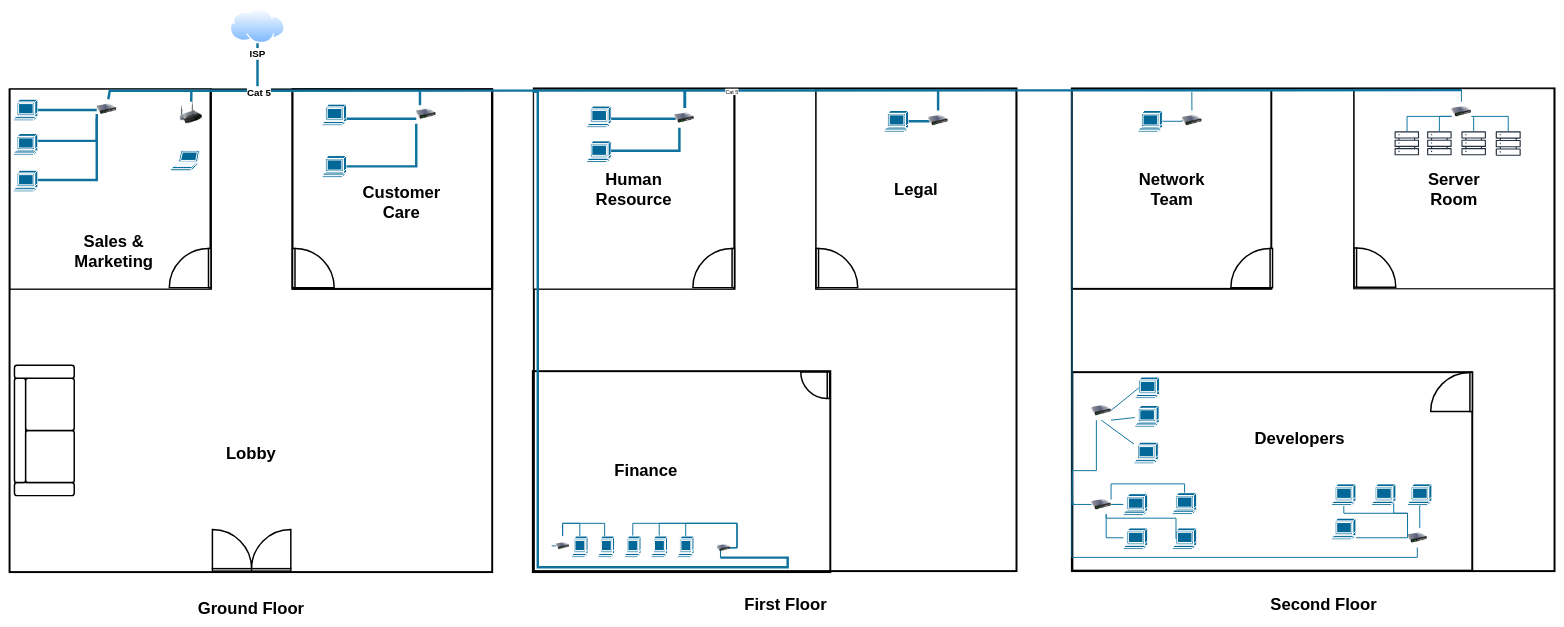
Before: floorplan.drawio in mashihimasha/UPW_Diagrams, a draw.io diagram. Source tidied: cells renumbered, new cells numbered last; positions are measured from the earlier drawing's top-left corner, leaving out a move shared by most shapes. Both pictures are drawn from the tidied source at 49%, with x=0, y=0 at pixel (-21, 8).
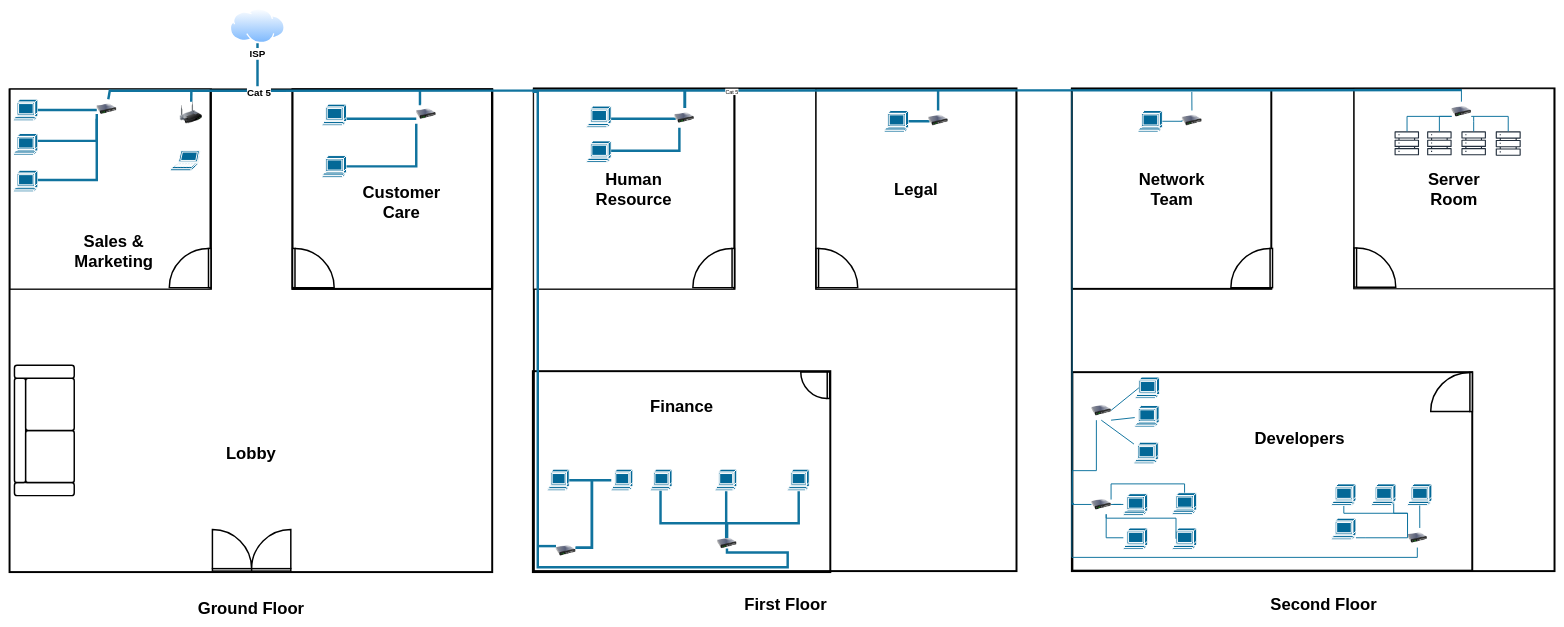
The same diagram, later.

Unchanged cells that the change refers to:
```xml
<mxCell id="43" style="whiteSpace=wrap;html=1;" parent="42" vertex="1">
  <mxGeometry width="407" height="407" as="geometry" />
</mxCell>
<mxCell id="52" style="group;rotation=90;strokeWidth=4;strokeColor=default;" parent="1" vertex="1">
  <mxGeometry x="1228.5" y="641.5" width="410" height="607" as="geometry" />
</mxCell>
```

Change to the diagram source:
```diff
@@
     <mxCell id="54" value="&lt;font style=&quot;font-size: 34px;&quot;&gt;&lt;b&gt;Finance&lt;/b&gt;&lt;/font&gt;" style="text;html=1;align=center;verticalAlign=middle;whiteSpace=wrap;rounded=0;" parent="52" vertex="1">
-      <mxGeometry x="88.5" y="286.6" width="87.8" height="30" as="geometry" />
+      <mxGeometry x="161.1" y="155.9" width="87.8" height="30" as="geometry" />
     </mxCell>
     <mxCell id="55" style="shape=mxgraph.cisco.computers_and_peripherals.terminal;html=1;dashed=0;fillColor=#036897;strokeColor=#ffffff;strokeWidth=2;verticalLabelPosition=bottom;verticalAlign=top;align=center;outlineConnect=0;" parent="52" vertex="1">
-      <mxGeometry x="196.6" y="435" width="33.6" height="44" as="geometry" />
+      <mxGeometry x="141.5" y="298.5" width="44" height="44" as="geometry" />
     </mxCell>
-    <mxCell id="56" style="edgeStyle=orthogonalEdgeStyle;rounded=0;jettySize=auto;html=1;exitX=0.25;exitY=1;exitDx=0;exitDy=0;fillColor=#b1ddf0;strokeColor=#10739e;strokeWidth=2;endArrow=none;endFill=0;" parent="52" edge="1" source="59" target="55">
+    <mxCell id="56" style="edgeStyle=orthogonalEdgeStyle;rounded=0;jettySize=auto;html=1;fillColor=#b1ddf0;strokeColor=#10739e;strokeWidth=5;endArrow=none;endFill=0;" parent="52" edge="1" source="59" target="55">
       <mxGeometry relative="1" as="geometry">
         <Array as="points">
-          <mxPoint x="284.4" y="459" />
-          <mxPoint x="318.1" y="459" />
-          <mxPoint x="318.1" y="409" />
-          <mxPoint x="213.4" y="409" />
+          <mxPoint x="298" y="409" />
+          <mxPoint x="162" y="409" />
         </Array>
       </mxGeometry>
     </mxCell>
-    <mxCell id="57" style="edgeStyle=orthogonalEdgeStyle;rounded=0;jettySize=auto;html=1;fillColor=#b1ddf0;strokeColor=#10739e;strokeWidth=2;endArrow=none;endFill=0;" parent="52" edge="1" target="63">
+    <mxCell id="57" style="edgeStyle=orthogonalEdgeStyle;rounded=0;jettySize=auto;html=1;fillColor=#b1ddf0;strokeColor=#10739e;strokeWidth=5;endArrow=none;endFill=0;" parent="52" edge="1" source="59" target="63">
       <mxGeometry relative="1" as="geometry">
-        <mxPoint x="284.4" y="479" as="sourcePoint" />
         <Array as="points">
-          <mxPoint x="284.4" y="459" />
-          <mxPoint x="318.1" y="459" />
-          <mxPoint x="318.1" y="409" />
-          <mxPoint x="159.4" y="409" />
+          <mxPoint x="296" y="429" />
+          <mxPoint x="296" y="429" />
         </Array>
       </mxGeometry>
     </mxCell>
-    <mxCell id="58" style="edgeStyle=orthogonalEdgeStyle;rounded=0;jettySize=auto;html=1;exitX=0;exitY=0.5;exitDx=0;exitDy=0;fillColor=#b1ddf0;strokeColor=#10739e;strokeWidth=2;endArrow=none;endFill=0;" parent="52" edge="1" source="59" target="62">
+    <mxCell id="58" style="edgeStyle=orthogonalEdgeStyle;rounded=0;jettySize=auto;html=1;fillColor=#b1ddf0;strokeColor=#10739e;strokeWidth=5;endArrow=none;endFill=0;" parent="52" edge="1" source="59" target="62">
       <mxGeometry relative="1" as="geometry">
         <Array as="points">
-          <mxPoint x="318.1" y="459" />
-          <mxPoint x="318.1" y="409" />
-          <mxPoint x="105.4" y="409" />
+          <mxPoint x="298" y="409" />
+          <mxPoint x="444" y="409" />
         </Array>
       </mxGeometry>
     </mxCell>
-    <mxCell id="59" style="image;html=1;image=img/lib/clip_art/networking/Switch_128x128.png;" parent="52" vertex="1">
-      <mxGeometry x="277.6" y="439" width="27" height="40" as="geometry" />
+    <mxCell id="59" style="image;html=1;image=img/lib/clip_art/networking/Switch_128x128.png;imageBackground=none;clipPath=inset(0% 0% 0% 0%);" parent="52" vertex="1">
+      <mxGeometry x="277.6" y="439" width="40" height="21.3" as="geometry" />
     </mxCell>
     <mxCell id="60" style="shape=mxgraph.cisco.computers_and_peripherals.terminal;html=1;dashed=0;fillColor=#036897;strokeColor=#ffffff;strokeWidth=2;verticalLabelPosition=bottom;verticalAlign=top;align=center;outlineConnect=0;" parent="52" vertex="1">
-      <mxGeometry x="-19.6" y="435" width="33.6" height="44" as="geometry" />
+      <mxGeometry x="-68.3" y="298.5" width="44" height="44" as="geometry" />
     </mxCell>
     <mxCell id="61" style="shape=mxgraph.cisco.computers_and_peripherals.terminal;html=1;dashed=0;fillColor=#036897;strokeColor=#ffffff;strokeWidth=2;verticalLabelPosition=bottom;verticalAlign=top;align=center;outlineConnect=0;" parent="52" vertex="1">
-      <mxGeometry x="34.4" y="435" width="33.6" height="44" as="geometry" />
+      <mxGeometry x="61.5" y="298.5" width="44" height="44" as="geometry" />
     </mxCell>
     <mxCell id="62" style="shape=mxgraph.cisco.computers_and_peripherals.terminal;html=1;dashed=0;fillColor=#036897;strokeColor=#ffffff;strokeWidth=2;verticalLabelPosition=bottom;verticalAlign=top;align=center;outlineConnect=0;" parent="52" vertex="1">
-      <mxGeometry x="88.5" y="435" width="33.6" height="44" as="geometry" />
+      <mxGeometry x="421.5" y="298.5" width="44" height="44" as="geometry" />
     </mxCell>
     <mxCell id="63" style="shape=mxgraph.cisco.computers_and_peripherals.terminal;html=1;dashed=0;fillColor=#036897;strokeColor=#ffffff;strokeWidth=2;verticalLabelPosition=bottom;verticalAlign=top;align=center;outlineConnect=0;" parent="52" vertex="1">
-      <mxGeometry x="142.7" y="435" width="33.6" height="44" as="geometry" />
+      <mxGeometry x="273.6" y="298.5" width="44" height="44" as="geometry" />
     </mxCell>
-    <mxCell id="64" style="edgeStyle=orthogonalEdgeStyle;rounded=0;jettySize=auto;html=1;exitX=0.5;exitY=0;exitDx=0;exitDy=0;endArrow=none;endFill=0;strokeWidth=2;fillColor=#b1ddf0;strokeColor=#10739e;" parent="52" edge="1" source="67" target="60">
+    <mxCell id="64" style="edgeStyle=orthogonalEdgeStyle;rounded=0;jettySize=auto;html=1;endArrow=none;endFill=0;strokeWidth=5;fillColor=#b1ddf0;strokeColor=#10739e;" parent="52" edge="1" source="67" target="60">
       <mxGeometry relative="1" as="geometry">
         <Array as="points">
-          <mxPoint x="-37.8" y="409" />
-          <mxPoint x="-2.7" y="409" />
+          <mxPoint x="22" y="459" />
+          <mxPoint x="22" y="321" />
         </Array>
       </mxGeometry>
     </mxCell>
-    <mxCell id="65" style="edgeStyle=orthogonalEdgeStyle;rounded=0;jettySize=auto;html=1;exitX=0.5;exitY=0;exitDx=0;exitDy=0;endArrow=none;endFill=0;strokeWidth=2;fillColor=#b1ddf0;strokeColor=#10739e;" parent="52" edge="1" source="67" target="61">
+    <mxCell id="65" style="edgeStyle=orthogonalEdgeStyle;rounded=0;jettySize=auto;html=1;endArrow=none;endFill=0;strokeWidth=5;fillColor=#b1ddf0;strokeColor=#10739e;" parent="52" edge="1" source="67" target="61">
       <mxGeometry relative="1" as="geometry">
         <Array as="points">
-          <mxPoint x="-37.8" y="409" />
-          <mxPoint x="48" y="409" />
+          <mxPoint x="22" y="459" />
+          <mxPoint x="22" y="321" />
         </Array>
       </mxGeometry>
     </mxCell>
-    <mxCell id="66" style="edgeStyle=orthogonalEdgeStyle;rounded=0;jettySize=auto;html=1;exitX=0;exitY=0.5;exitDx=0;exitDy=0;strokeWidth=2;fillColor=#b1ddf0;strokeColor=#10739e;endArrow=none;endFill=0;" parent="52" edge="1" source="67">
+    <mxCell id="66" style="edgeStyle=orthogonalEdgeStyle;rounded=0;jettySize=auto;html=1;strokeWidth=5;fillColor=#b1ddf0;strokeColor=#10739e;endArrow=none;endFill=0;" parent="52" edge="1" source="67">
       <mxGeometry relative="1" as="geometry">
-        <mxPoint x="-60.1" y="455" as="targetPoint" />
+        <mxPoint x="-88.5" y="455.5" as="targetPoint" />
+        <Array as="points">
+          <mxPoint x="-71" y="456" />
+        </Array>
       </mxGeometry>
     </mxCell>
     <mxCell id="67" style="image;html=1;image=img/lib/clip_art/networking/Switch_128x128.png;" parent="52" vertex="1">
-      <mxGeometry x="-51.3" y="435" width="27" height="40" as="geometry" />
+      <mxGeometry x="-51.3" y="435" width="40" height="59.2" as="geometry" />
     </mxCell>
@@
-    <mxCell id="121" style="edgeStyle=orthogonalEdgeStyle;rounded=0;jettySize=auto;html=1;exitX=0.25;exitY=1;exitDx=0;exitDy=0;entryX=0;entryY=0;entryDx=0;entryDy=0;endArrow=none;endFill=0;strokeWidth=5;fillColor=#b1ddf0;strokeColor=#10739e;" parent="1" edge="1" source="59" target="43">
+    <mxCell id="121" style="edgeStyle=orthogonalEdgeStyle;rounded=0;jettySize=auto;html=1;entryX=0;entryY=0;entryDx=0;entryDy=0;endArrow=none;endFill=0;strokeWidth=5;fillColor=#b1ddf0;strokeColor=#10739e;" parent="1" edge="1" source="59" target="43">
       <mxGeometry relative="1" as="geometry">
         <Array as="points">
+          <mxPoint x="1650" y="1110" />
           <mxPoint x="1650" y="1140" />
           <mxPoint x="1140" y="1140" />
           <mxPoint x="1140" y="170" />
           <mxPoint x="1132" y="170" />
         </Array>
       </mxGeometry>
     </mxCell>
```
